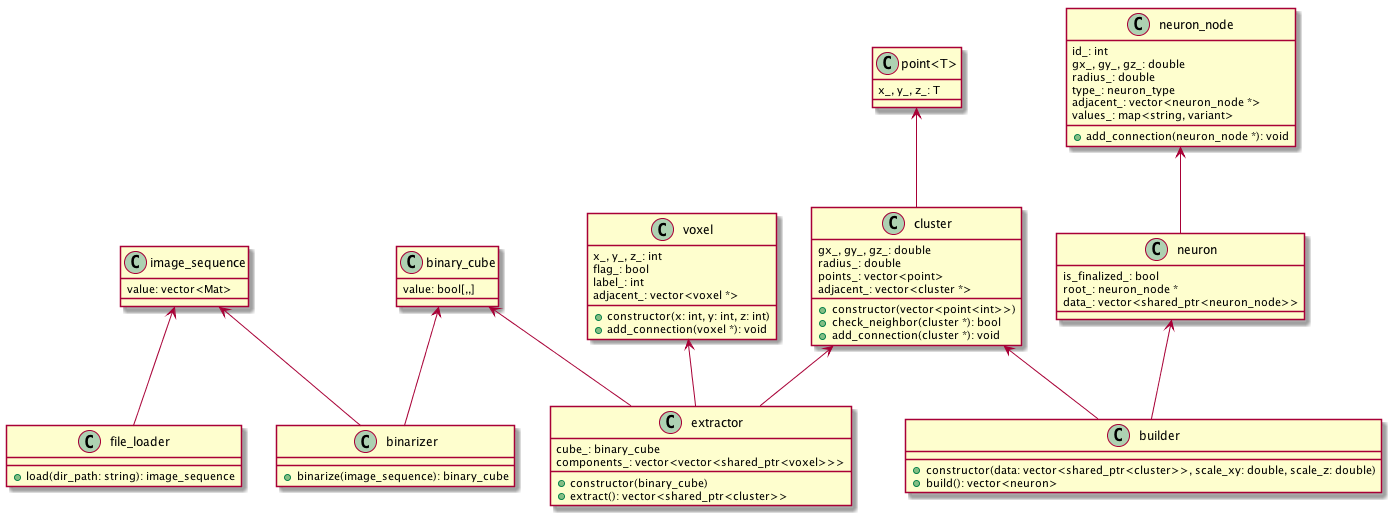
This is doc/class.png from arosh/Vaa3D-SIGEN, a PlantUML export, as it was before one commit.
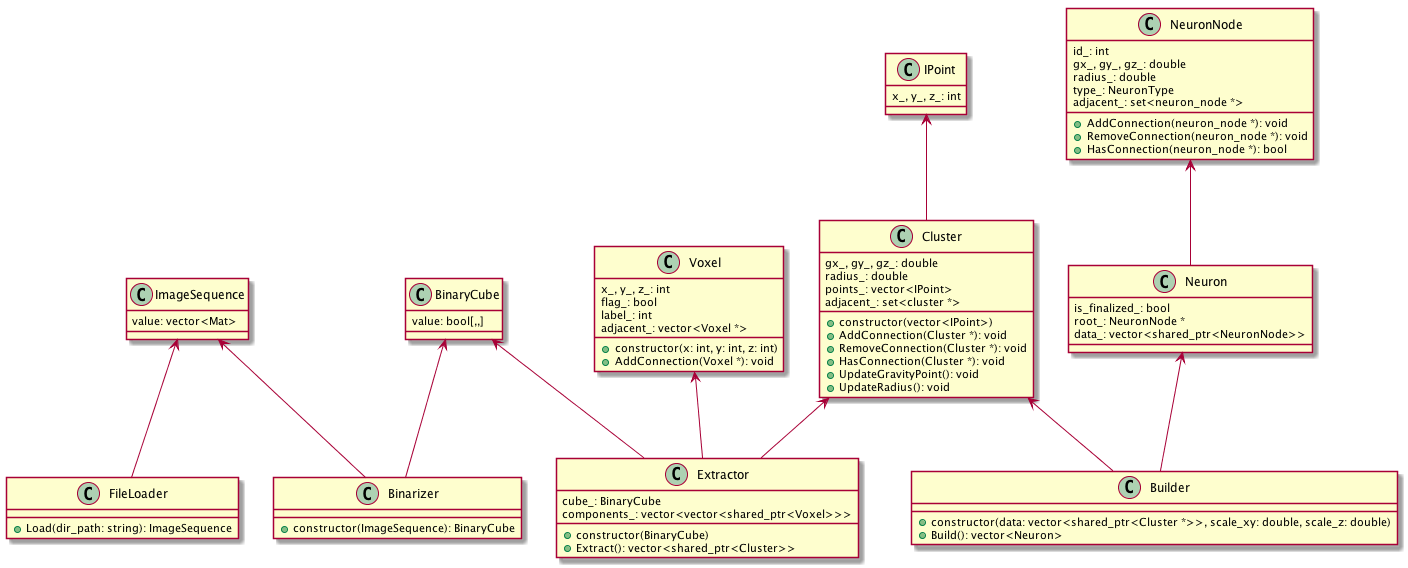
The same diagram one commit later.

Commit message:
Modify doc/class.{png,uml}

Diff of the diagram source:
```diff
@@ -1,68 +1,72 @@
 @startuml class.png
-class image_sequence {
+class ImageSequence {
   value: vector<Mat>
 }
-class file_loader {
-  +load(dir_path: string): image_sequence
+class FileLoader {
+  +Load(dir_path: string): ImageSequence
 }
-class binary_cube {
+class BinaryCube {
   value: bool[,,]
 }
-class binarizer {
-  +binarize(image_sequence): binary_cube
+class Binarizer {
+  +constructor(ImageSequence): BinaryCube
 }
-class extractor {
-  cube_: binary_cube
-  components_: vector<vector<shared_ptr<voxel>>>
-  +constructor(binary_cube)
-  +extract(): vector<shared_ptr<cluster>>
+class Extractor {
+  cube_: BinaryCube
+  components_: vector<vector<shared_ptr<Voxel>>>
+  +constructor(BinaryCube)
+  +Extract(): vector<shared_ptr<Cluster>>
 }
-class voxel {
+class Voxel {
   x_, y_, z_: int
   flag_: bool
   label_: int
-  adjacent_: vector<voxel *>
+  adjacent_: vector<Voxel *>
   +constructor(x: int, y: int, z: int)
-  +add_connection(voxel *): void
+  +AddConnection(Voxel *): void
 }
-class cluster {
+class Cluster {
   gx_, gy_, gz_: double
   radius_: double
-  points_: vector<point>
-  adjacent_: vector<cluster *>
-  +constructor(vector<point<int>>)
-  +check_neighbor(cluster *): bool
-  +add_connection(cluster *): void
+  points_: vector<IPoint>
+  adjacent_: set<cluster *>
+  +constructor(vector<IPoint>)
+  +AddConnection(Cluster *): void
+  +RemoveConnection(Cluster *): void
+  +HasConnection(Cluster *): void
+  +UpdateGravityPoint(): void
+  +UpdateRadius(): void
 }
-class builder {
-  +constructor(data: vector<shared_ptr<cluster>>, scale_xy: double, scale_z: double)
-  +build(): vector<neuron>
+class Builder {
+  +constructor(data: vector<shared_ptr<Cluster *>>, scale_xy: double, scale_z: double)
+  +Build(): vector<Neuron>
 }
-class neuron_node {
+class NeuronNode {
   id_: int
   gx_, gy_, gz_: double
   radius_: double
-  type_: neuron_type
-  adjacent_: vector<neuron_node *>
-  values_: map<string, variant>
-  + add_connection(neuron_node *): void
+  type_: NeuronType
+  adjacent_: set<neuron_node *>
+  +AddConnection(neuron_node *): void
+  +RemoveConnection(neuron_node *): void
+  +HasConnection(neuron_node *): bool
 }
-class neuron {
+class Neuron {
   is_finalized_: bool
-  root_: neuron_node *
-  data_: vector<shared_ptr<neuron_node>>
+  root_: NeuronNode *
+  data_: vector<shared_ptr<NeuronNode>>
 }
-class "point<T>" {
-  x_, y_, z_: T
+class IPoint {
+  x_, y_, z_: int
 }
-image_sequence <-- file_loader
-image_sequence <-- binarizer
-binary_cube <-- binarizer
-binary_cube <-- extractor
-voxel <-- extractor
-cluster <-- extractor
-neuron_node <-- neuron
-neuron <-- builder
-cluster <-- builder
-"point<T>" <-- cluster
+ImageSequence <-- FileLoader
+ImageSequence <-- Binarizer
+BinaryCube <-- Binarizer
+BinaryCube <-- Extractor
+Voxel <-- Extractor
+Cluster <-- Extractor
+NeuronNode <-- Neuron
+Neuron <-- Builder
+Cluster <-- Builder
+IPoint <-- Cluster
 @enduml
```
